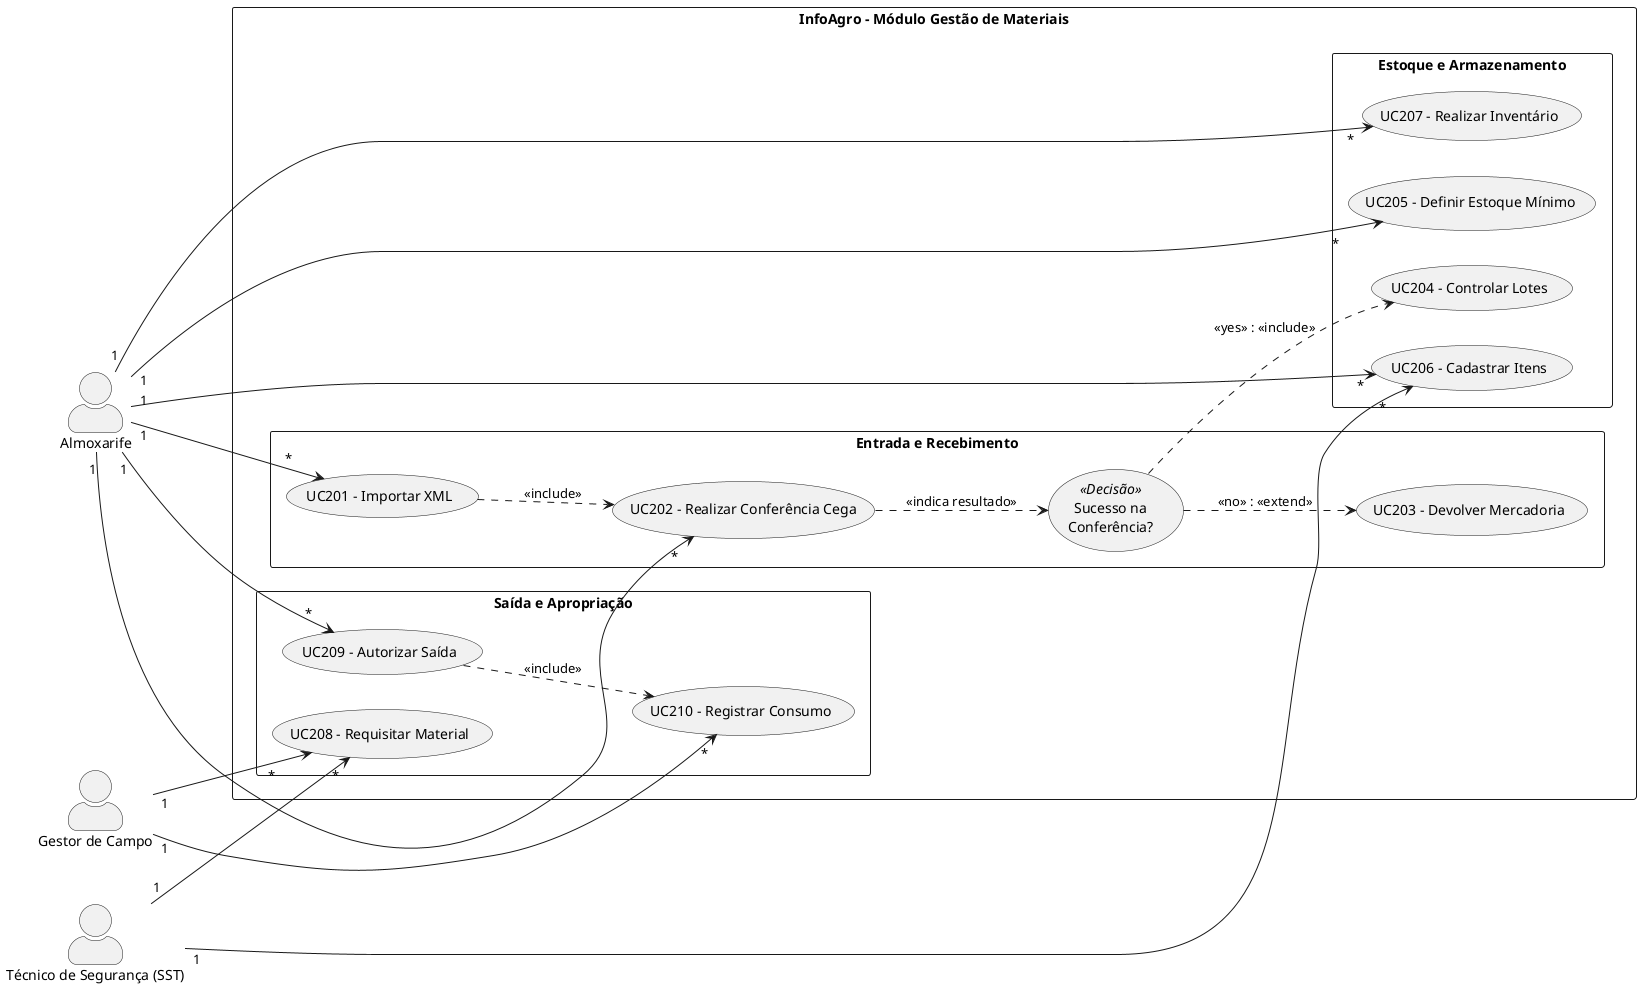
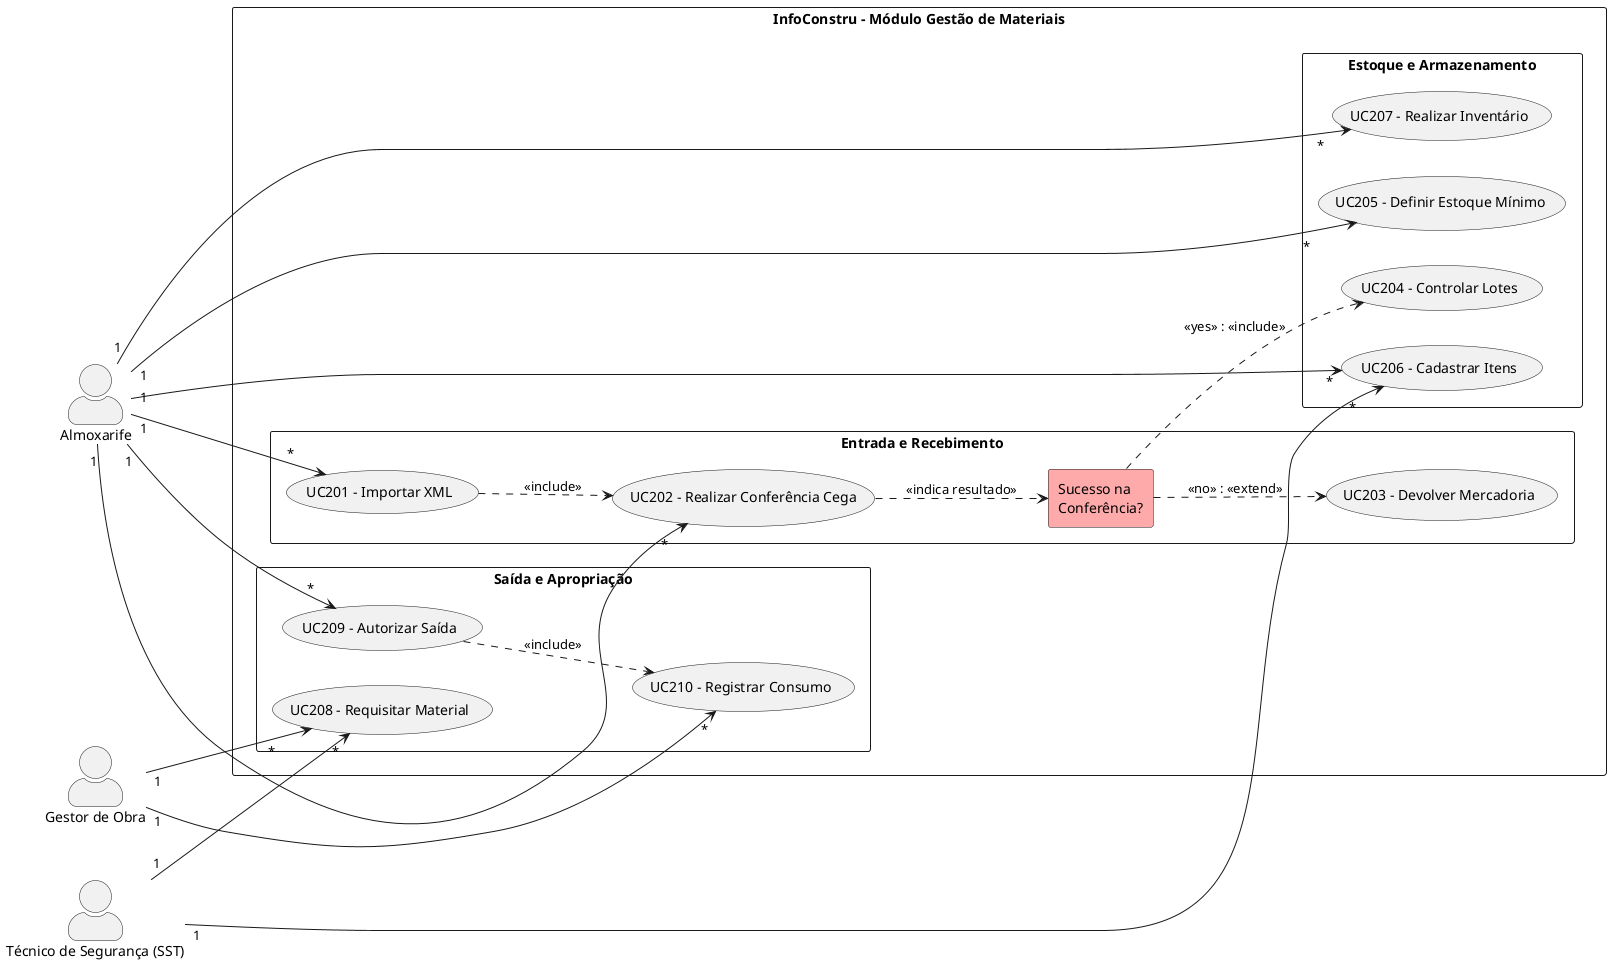
- @startuml InfoAgro - Gestão de Materiais Atualizado
+ @startuml InfoConstru - Gestão de Materiais
left to right direction
skinparam packageStyle rectangle
skinparam actorStyle awesome

actor "Almoxarife" as Almoxarife
- actor "Gestor de Campo" as Gestor
+ actor "Gestor de Obra" as Gestor
actor "Técnico de Segurança (SST)" as SST

- rectangle "InfoAgro - Módulo Gestão de Materiais" {
+ rectangle "InfoConstru - Módulo Gestão de Materiais" {

    package "Entrada e Recebimento" {
        usecase "UC201 - Importar XML" as UC201
        usecase "UC202 - Realizar Conferência Cega" as UC202
        usecase "UC203 - Devolver Mercadoria" as UC203

-         ' Representação de Decisão/Validação Baseada em Condição
-         usecase "Sucesso na\nConferência?" as Decisao << (D,#FFAAAA) Decisão >>
+         ' Elemento de Decisão em formato Retangular
+         rectangle "Sucesso na\nConferência?" as Decisao #FFAAAA
    }

    package "Estoque e Armazenamento" {
        usecase "UC204 - Controlar Lotes" as UC204
        usecase "UC205 - Definir Estoque Mínimo" as UC205
        usecase "UC206 - Cadastrar Itens" as UC206
        usecase "UC207 - Realizar Inventário" as UC207
    }

    package "Saída e Apropriação" {
        usecase "UC208 - Requisitar Material" as UC208
        usecase "UC209 - Autorizar Saída" as UC209
        usecase "UC210 - Registrar Consumo" as UC210
    }

    ' Fluxos e Dependências com Decisão
    UC201 ..> UC202 : <<include>>
    UC202 ..> Decisao : <<indica resultado>>
    Decisao ..> UC203 : <<no>> : <<extend>>
    Decisao ..> UC204 : <<yes>> : <<include>>
    UC209 ..> UC210 : <<include>>
}

' Relacionamentos com Cardinalidade (Estilo Entidade-Relacionamento)
Almoxarife "1" --> "*" UC201
Almoxarife "1" --> "*" UC202
Almoxarife "1" --> "*" UC205
Almoxarife "1" --> "*" UC206
Almoxarife "1" --> "*" UC207
Almoxarife "1" --> "*" UC209

Gestor "1" --> "*" UC208
Gestor "1" --> "*" UC210

SST "1" --> "*" UC206
SST "1" --> "*" UC208

@enduml